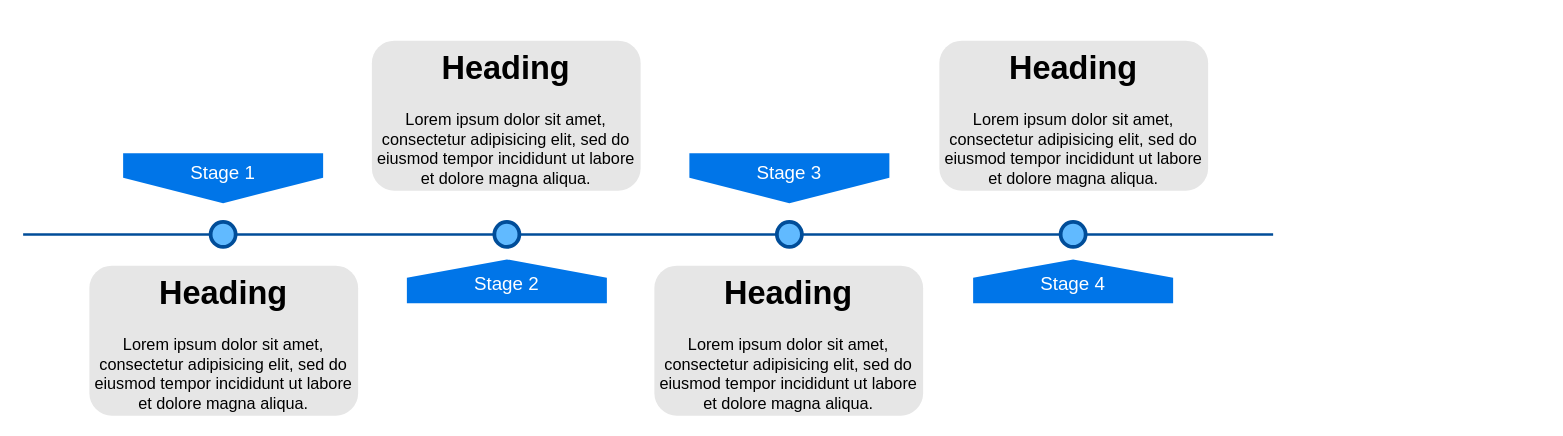
This is Untitled Diagram.drawio from JKSaber/message, a draw.io file, before an edit. Source tidied: cells renumbered, new cells numbered last; positions are measured from the earlier drawing's top-left corner, leaving out a move shared by most shapes. Both pictures are drawn from the tidied source at 125%, with x=0, y=0 at pixel (22, 40).
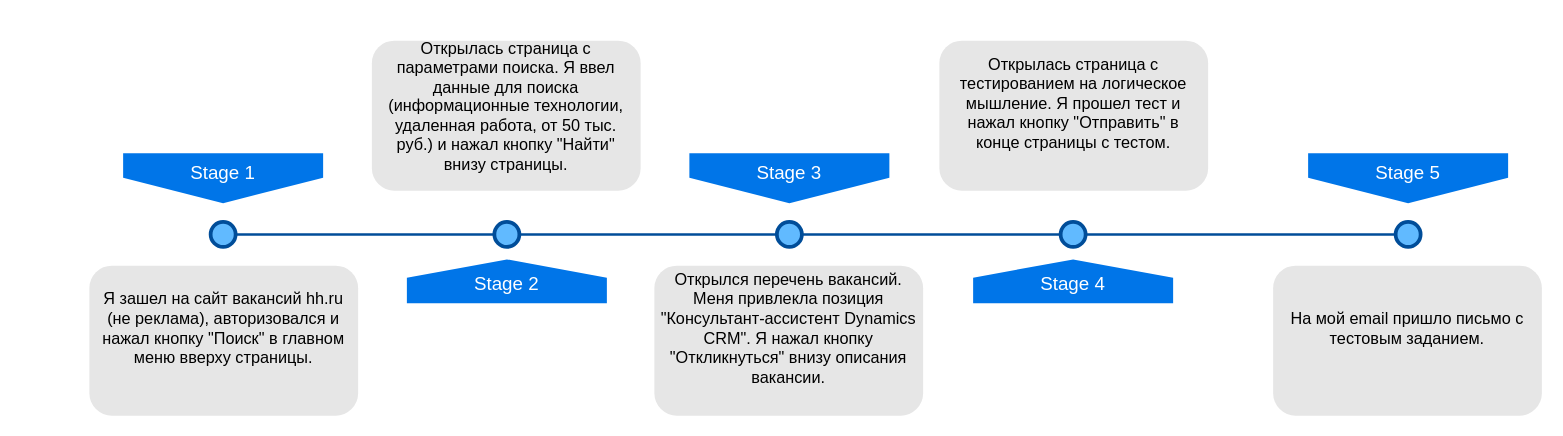
Above is the later version.

The edit, as a diff of the source:
```diff
@@
 <mxGraphModel background="#ffffff">
   <root>
     <mxCell id="0" />
     <mxCell id="1" parent="0" />
     <mxCell id="2" style="line;strokeWidth=2;html=1;fillColor=none;fontSize=28;fontColor=#004D99;strokeColor=#004D99;" parent="1" vertex="1">
-      <mxGeometry y="150" width="1000" height="10" as="geometry" />
+      <mxGeometry x="160" y="150" width="940" height="10" as="geometry" />
     </mxCell>
     <mxCell id="3" value="Stage 1" style="shape=offPageConnector;whiteSpace=wrap;html=1;fillColor=#0075E8;fontSize=15;fontColor=#FFFFFF;size=0.5093750000000015;verticalAlign=top;strokeColor=none;" parent="1" vertex="1">
       <mxGeometry x="80" y="90" width="160" height="40" as="geometry" />
     </mxCell>
     <mxCell id="4" value="&lt;span&gt;Stage 3&lt;/span&gt;" style="shape=offPageConnector;whiteSpace=wrap;html=1;fillColor=#0075E8;fontSize=15;fontColor=#FFFFFF;size=0.5093750000000015;verticalAlign=top;strokeColor=none;" parent="1" vertex="1">
       <mxGeometry x="533" y="90" width="160" height="40" as="geometry" />
     </mxCell>
     <mxCell id="5" value="&lt;span&gt;Stage 2&lt;/span&gt;" style="shape=offPageConnector;whiteSpace=wrap;html=1;fillColor=#0075E8;fontSize=15;fontColor=#FFFFFF;size=0.4178571428571445;flipV=1;verticalAlign=bottom;strokeColor=none;spacingBottom=4;" parent="1" vertex="1">
       <mxGeometry x="307" y="175" width="160" height="35" as="geometry" />
     </mxCell>
     <mxCell id="6" value="&lt;span&gt;Stage 4&lt;/span&gt;" style="shape=offPageConnector;whiteSpace=wrap;html=1;fillColor=#0075E8;fontSize=15;fontColor=#FFFFFF;size=0.4178571428571445;flipV=1;verticalAlign=bottom;strokeColor=none;spacingBottom=4;" parent="1" vertex="1">
       <mxGeometry x="760" y="175" width="160" height="35" as="geometry" />
     </mxCell>
     <mxCell id="7" style="ellipse;whiteSpace=wrap;html=1;fillColor=#61BAFF;fontSize=28;fontColor=#004D99;strokeWidth=3;strokeColor=#004D99;" parent="1" vertex="1">
       <mxGeometry x="150" y="145" width="20" height="20" as="geometry" />
     </mxCell>
     <mxCell id="8" style="ellipse;whiteSpace=wrap;html=1;fillColor=#61BAFF;fontSize=28;fontColor=#004D99;strokeWidth=3;strokeColor=#004D99;" parent="1" vertex="1">
       <mxGeometry x="377" y="145" width="20" height="20" as="geometry" />
     </mxCell>
     <mxCell id="9" style="ellipse;whiteSpace=wrap;html=1;fillColor=#61BAFF;fontSize=28;fontColor=#004D99;strokeWidth=3;strokeColor=#004D99;" parent="1" vertex="1">
       <mxGeometry x="603" y="145" width="20" height="20" as="geometry" />
     </mxCell>
     <mxCell id="10" style="ellipse;whiteSpace=wrap;html=1;fillColor=#61BAFF;fontSize=28;fontColor=#004D99;strokeWidth=3;strokeColor=#004D99;" parent="1" vertex="1">
       <mxGeometry x="830" y="145" width="20" height="20" as="geometry" />
     </mxCell>
-    <mxCell id="11" value="&lt;h1&gt;Heading&lt;/h1&gt;&lt;p&gt;Lorem ipsum dolor sit amet, consectetur adipisicing elit, sed do eiusmod tempor incididunt ut labore et dolore magna aliqua.&lt;/p&gt;" style="text;html=1;spacing=5;spacingTop=-20;whiteSpace=wrap;overflow=hidden;strokeColor=none;strokeWidth=3;fillColor=#E6E6E6;fontSize=13;fontColor=#000000;align=center;rounded=1;" parent="1" vertex="1">
+    <mxCell id="11" value="&lt;p&gt;&lt;span style=&quot;font-size: 13px ; font-weight: normal&quot;&gt;Я зашел на сайт вакансий hh.ru (не реклама), авторизовался и нажал кнопку &quot;Поиск&quot; в главном меню вверху страницы.&lt;/span&gt;&lt;/p&gt;" style="text;html=1;spacing=5;spacingTop=-20;whiteSpace=wrap;overflow=hidden;strokeColor=none;strokeWidth=3;fillColor=#E6E6E6;fontSize=13;fontColor=#000000;align=center;rounded=1;verticalAlign=middle;" parent="1" vertex="1">
       <mxGeometry x="53" y="180" width="215" height="120" as="geometry" />
     </mxCell>
-    <mxCell id="12" value="&lt;h1&gt;Heading&lt;/h1&gt;&lt;p&gt;Lorem ipsum dolor sit amet, consectetur adipisicing elit, sed do eiusmod tempor incididunt ut labore et dolore magna aliqua.&lt;/p&gt;" style="text;html=1;spacing=5;spacingTop=-20;whiteSpace=wrap;overflow=hidden;strokeColor=none;strokeWidth=3;fillColor=#E6E6E6;fontSize=13;fontColor=#000000;align=center;rounded=1;" parent="1" vertex="1">
+    <mxCell id="12" value="&lt;p&gt;&lt;span style=&quot;font-size: 13px ; font-weight: normal&quot;&gt;Открылась страница с параметрами поиска. Я ввел данные для поиска (информационные технологии, удаленная работа, от 50 тыс. руб.) и нажал кнопку &quot;Найти&quot; внизу страницы.&lt;/span&gt;&lt;/p&gt;" style="text;html=1;spacing=5;spacingTop=-20;whiteSpace=wrap;overflow=hidden;strokeColor=none;strokeWidth=3;fillColor=#E6E6E6;fontSize=13;fontColor=#000000;align=center;rounded=1;verticalAlign=middle;" parent="1" vertex="1">
       <mxGeometry x="279" width="215" height="120" as="geometry" />
     </mxCell>
-    <mxCell id="13" value="&lt;h1&gt;Heading&lt;/h1&gt;&lt;p&gt;Lorem ipsum dolor sit amet, consectetur adipisicing elit, sed do eiusmod tempor incididunt ut labore et dolore magna aliqua.&lt;/p&gt;" style="text;html=1;spacing=5;spacingTop=-20;whiteSpace=wrap;overflow=hidden;strokeColor=none;strokeWidth=3;fillColor=#E6E6E6;fontSize=13;fontColor=#000000;align=center;rounded=1;" parent="1" vertex="1">
+    <mxCell id="13" value="&lt;p&gt;&lt;span&gt;Открылся перечень вакансий. Меня привлекла позиция &quot;Консультант-ассистент Dynamics CRM&quot;. Я нажал кнопку &quot;Откликнуться&quot; внизу описания вакансии.&lt;/span&gt;&lt;br&gt;&lt;/p&gt;" style="text;html=1;spacing=5;spacingTop=-20;whiteSpace=wrap;overflow=hidden;strokeColor=none;strokeWidth=3;fillColor=#E6E6E6;fontSize=13;fontColor=#000000;align=center;rounded=1;verticalAlign=middle;" parent="1" vertex="1">
       <mxGeometry x="505" y="180" width="215" height="120" as="geometry" />
     </mxCell>
-    <mxCell id="14" value="&lt;h1&gt;Heading&lt;/h1&gt;&lt;p&gt;Lorem ipsum dolor sit amet, consectetur adipisicing elit, sed do eiusmod tempor incididunt ut labore et dolore magna aliqua.&lt;/p&gt;" style="text;html=1;spacing=5;spacingTop=-20;whiteSpace=wrap;overflow=hidden;strokeColor=none;strokeWidth=3;fillColor=#E6E6E6;fontSize=13;fontColor=#000000;align=center;rounded=1;" parent="1" vertex="1">
+    <mxCell id="14" value="&lt;p&gt;Открылась страница с тестированием на логическое мышление. Я прошел тест и нажал кнопку &quot;Отправить&quot; в конце страницы с тестом.&lt;/p&gt;" style="text;html=1;spacing=5;spacingTop=-20;whiteSpace=wrap;overflow=hidden;strokeColor=none;strokeWidth=3;fillColor=#E6E6E6;fontSize=13;fontColor=#000000;align=center;rounded=1;verticalAlign=middle;" parent="1" vertex="1">
       <mxGeometry x="733" width="215" height="120" as="geometry" />
     </mxCell>
+    <mxCell id="15" value="&lt;span&gt;Stage 5&lt;/span&gt;" style="shape=offPageConnector;whiteSpace=wrap;html=1;fillColor=#0075E8;fontSize=15;fontColor=#FFFFFF;size=0.5093750000000015;verticalAlign=top;strokeColor=none;" parent="1" vertex="1">
+      <mxGeometry x="1028" y="90" width="160" height="40" as="geometry" />
+    </mxCell>
+    <mxCell id="16" style="ellipse;whiteSpace=wrap;html=1;fillColor=#61BAFF;fontSize=28;fontColor=#004D99;strokeWidth=3;strokeColor=#004D99;" parent="1" vertex="1">
+      <mxGeometry x="1098" y="145" width="20" height="20" as="geometry" />
+    </mxCell>
+    <mxCell id="17" value="&lt;p&gt;На мой email пришло письмо с тестовым заданием.&lt;/p&gt;" style="text;html=1;spacing=5;spacingTop=-20;whiteSpace=wrap;overflow=hidden;strokeColor=none;strokeWidth=3;fillColor=#E6E6E6;fontSize=13;fontColor=#000000;align=center;rounded=1;verticalAlign=middle;" parent="1" vertex="1">
+      <mxGeometry x="1000" y="180" width="215" height="120" as="geometry" />
+    </mxCell>
   </root>
 </mxGraphModel>
```
